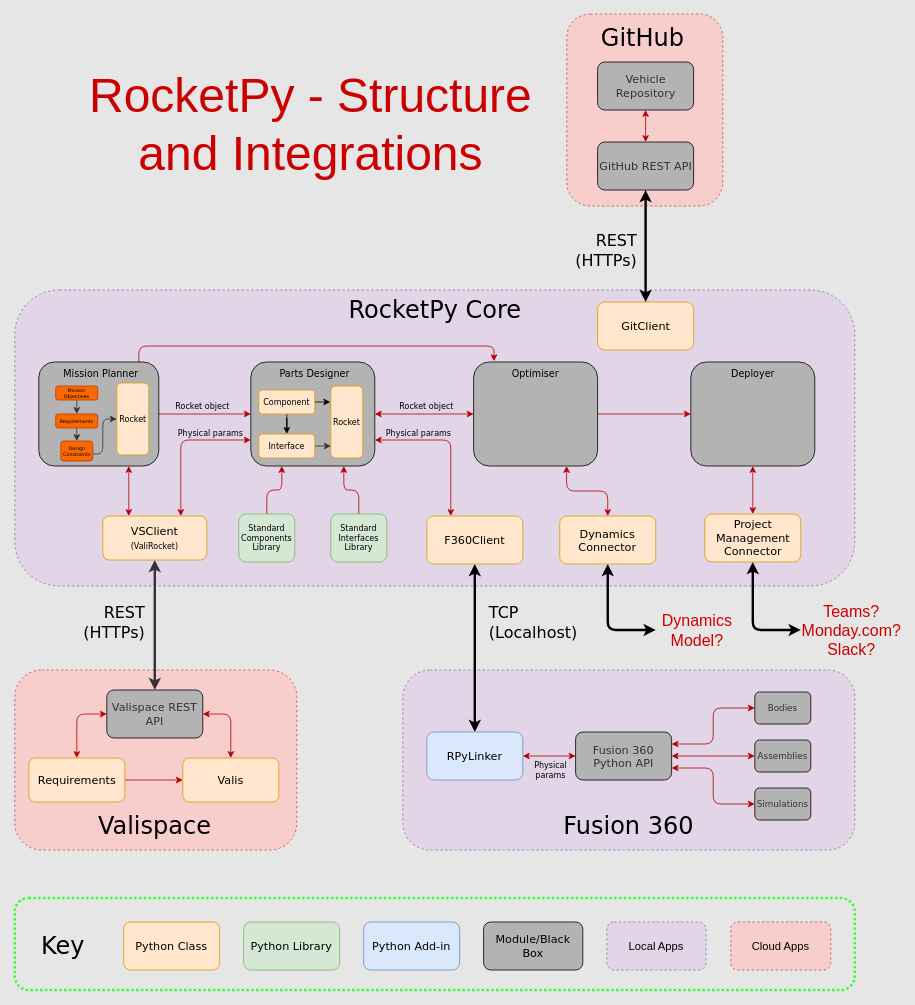
Before: docs/RPy_Integrations.drawio in icl-rocketry/RocketPy, a draw.io diagram. Source tidied: cells renumbered, new cells numbered last; positions are measured from the earlier drawing's top-left corner, leaving out a move shared by most shapes. Both pictures are drawn from the tidied source at 80%, with x=0, y=0 at pixel (14, 14).
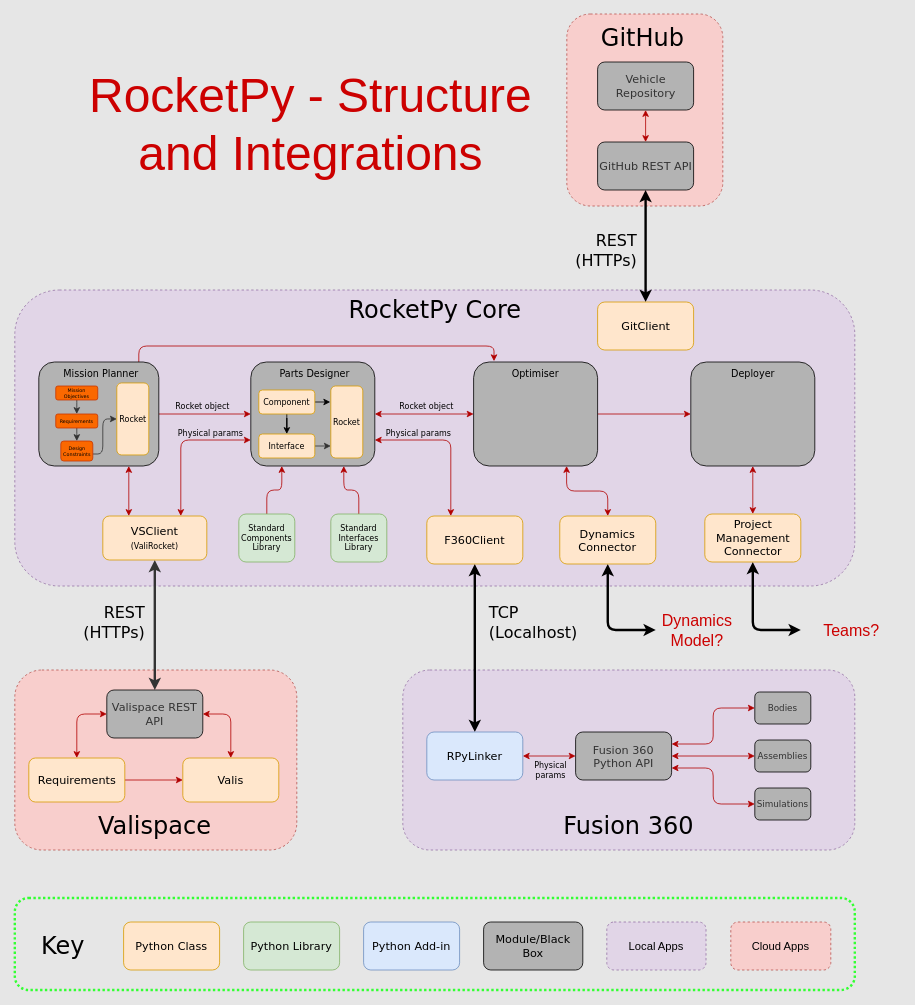
The same diagram, later.

Commit message (it also covers changes not shown here):
Back to ubuntu sorry

Diff of the diagram source:
```diff
@@
-    <mxCell id="90" value="Teams? Monday.com? Slack?" style="text;html=1;strokeColor=none;fillColor=none;align=center;verticalAlign=middle;whiteSpace=wrap;rounded=0;shadow=0;fontFamily=Helvetica;fontSize=20;fontColor=#CC0000;" parent="1" vertex="1">
+    <mxCell id="90" value="Teams?" style="text;html=1;strokeColor=none;fillColor=none;align=center;verticalAlign=middle;whiteSpace=wrap;rounded=0;shadow=0;fontFamily=Helvetica;fontSize=20;fontColor=#CC0000;" parent="1" vertex="1">
       <mxGeometry x="982.5" y="760" width="126" height="20" as="geometry" />
     </mxCell>
```
